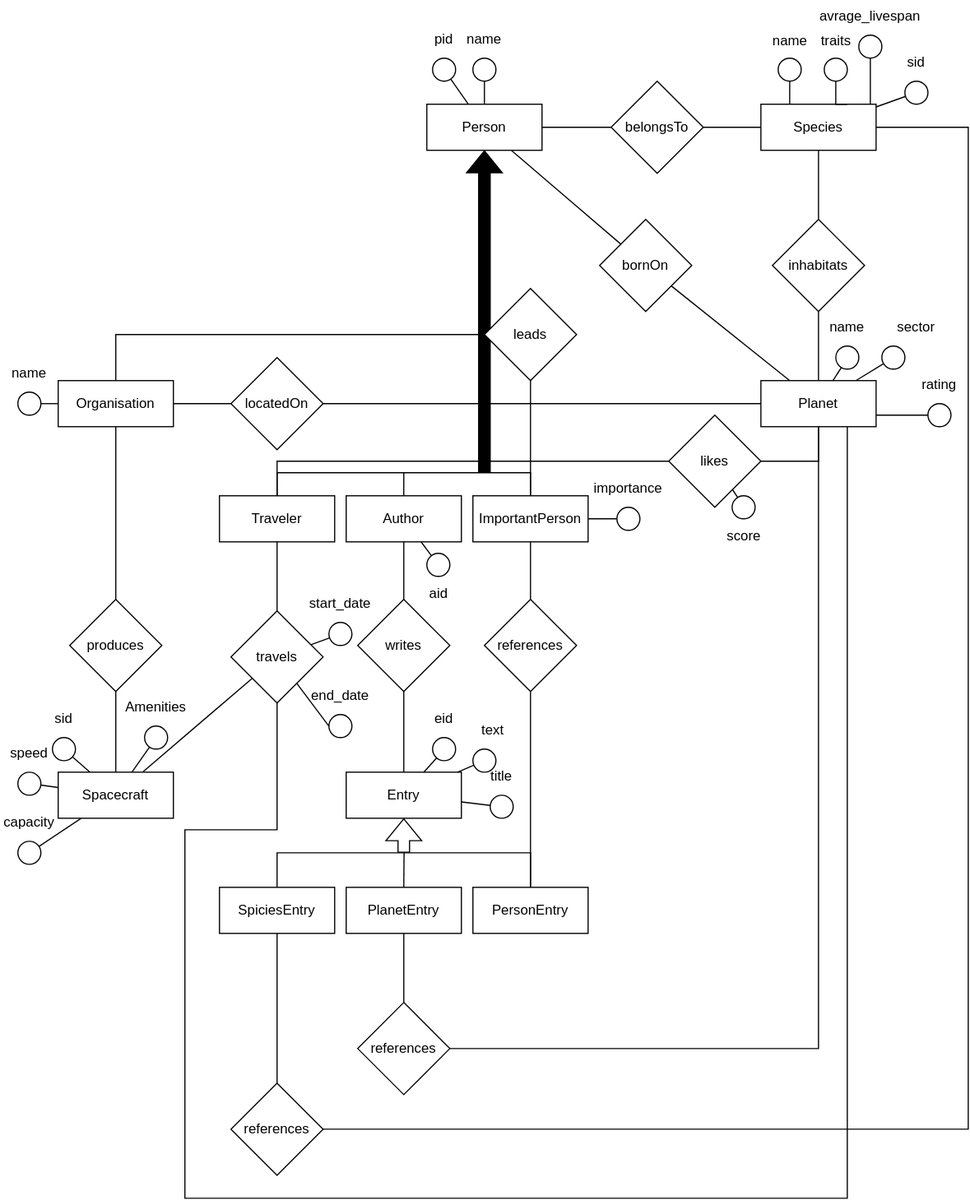
The draw.io diagram er-diagramm.svg in MassimiIiano/hhgttg-db, before a commit. Source tidied: cells renumbered, new cells last; positions are measured from the earlier drawing's top-left corner, leaving out a move shared by most shapes.
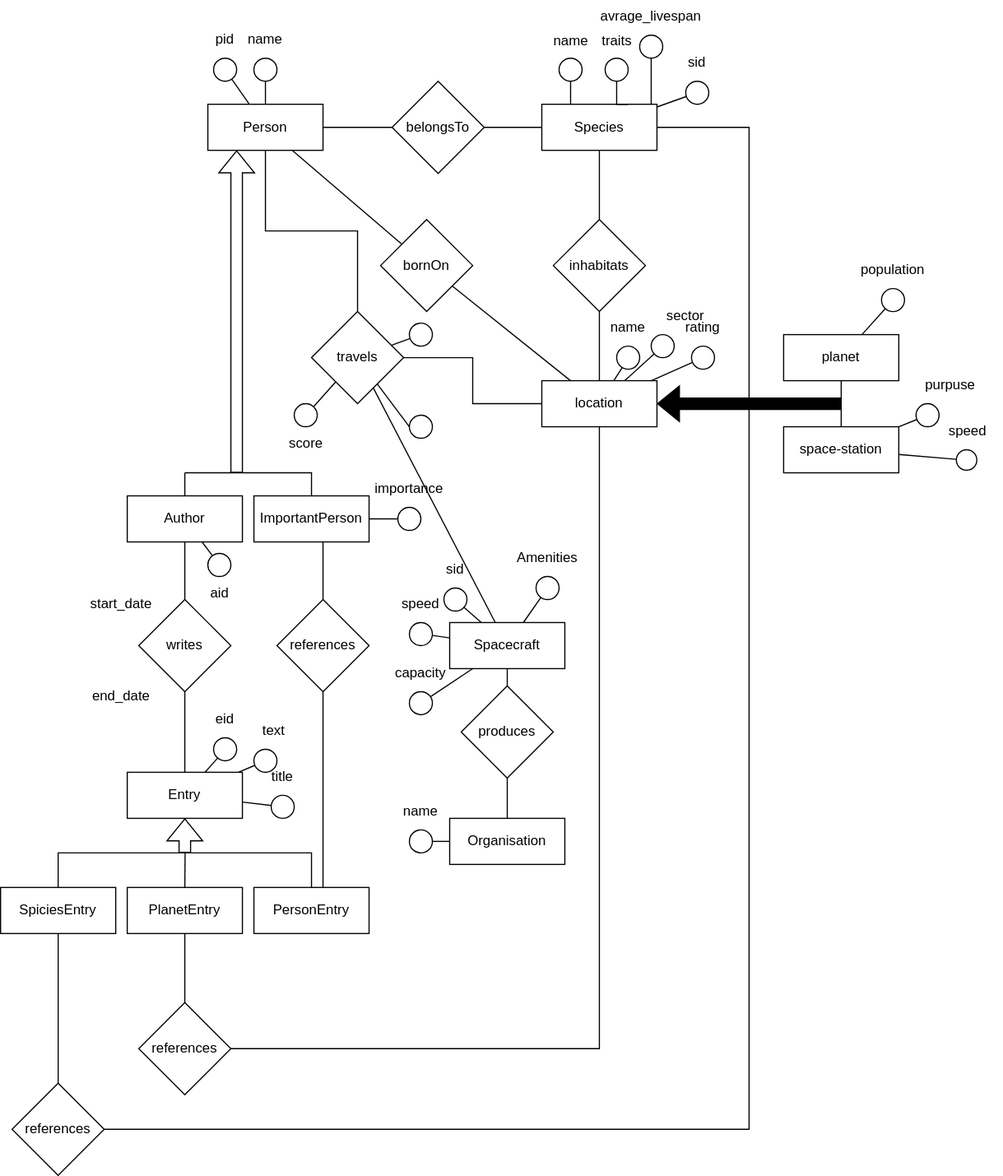
The same diagram one commit later.

Commit message:
replace diagramm with new diagramm

Change to the diagram source:
```diff
@@ -15,2 +15,5 @@
     </mxCell>
+    <mxCell id="125" style="edgeStyle=orthogonalEdgeStyle;rounded=0;jettySize=auto;html=1;entryX=0.5;entryY=0;entryDx=0;entryDy=0;endArrow=none;endFill=0;" parent="1" edge="1" source="5" target="56">
+      <mxGeometry relative="1" as="geometry" />
+    </mxCell>
     <mxCell id="5" value="Person" style="whiteSpace=wrap;html=1;align=center;rounded=0;strokeColor=default;verticalAlign=middle;fontFamily=Helvetica;fontSize=12;fontColor=default;fillColor=default;" parent="1" vertex="1">
@@ -30,13 +33,3 @@
     </mxCell>
-    <mxCell id="10" style="edgeStyle=none;rounded=0;jettySize=auto;html=1;strokeColor=default;align=center;verticalAlign=middle;fontFamily=Helvetica;fontSize=12;fontColor=default;labelBackgroundColor=default;endArrow=none;endFill=0;exitX=0.75;exitY=1;exitDx=0;exitDy=0;" parent="1" edge="1" source="11" target="56">
-      <mxGeometry relative="1" as="geometry">
-        <Array as="points">
-          <mxPoint x="735" y="1040" />
-          <mxPoint x="160" y="1040" />
-          <mxPoint x="160" y="720" />
-          <mxPoint x="240" y="720" />
-        </Array>
-      </mxGeometry>
-    </mxCell>
-    <mxCell id="11" value="&lt;div&gt;Planet&lt;/div&gt;" style="whiteSpace=wrap;html=1;align=center;rounded=0;strokeColor=default;verticalAlign=middle;fontFamily=Helvetica;fontSize=12;fontColor=default;fillColor=default;" parent="1" vertex="1">
+    <mxCell id="11" value="location" style="whiteSpace=wrap;html=1;align=center;rounded=0;strokeColor=default;verticalAlign=middle;fontFamily=Helvetica;fontSize=12;fontColor=default;fillColor=default;" parent="1" vertex="1">
       <mxGeometry x="660" y="330" width="100" height="40" as="geometry" />
@@ -105,3 +98,3 @@
     <mxCell id="30" value="sector" style="group;" parent="1" vertex="1">
-      <mxGeometry x="750" y="270" width="90" height="100" as="geometry" />
+      <mxGeometry x="740" y="260" width="90" height="100" as="geometry" />
     </mxCell>
@@ -111,3 +104,3 @@
     <mxCell id="32" value="rating" style="group;" parent="30" vertex="1">
-      <mxGeometry x="40" y="50" width="50" height="50" as="geometry" />
+      <mxGeometry x="35" y="10" width="50" height="50" as="geometry" />
     </mxCell>
@@ -119,3 +112,3 @@
     </mxCell>
-    <mxCell id="35" style="edgeStyle=none;rounded=0;jettySize=auto;html=1;entryX=1;entryY=0.75;entryDx=0;entryDy=0;strokeColor=default;align=center;verticalAlign=middle;fontFamily=Helvetica;fontSize=12;fontColor=default;labelBackgroundColor=default;endArrow=none;endFill=0;" parent="1" edge="1" source="33" target="11">
+    <mxCell id="35" style="edgeStyle=none;rounded=0;jettySize=auto;html=1;strokeColor=default;align=center;verticalAlign=middle;fontFamily=Helvetica;fontSize=12;fontColor=default;labelBackgroundColor=default;endArrow=none;endFill=0;" parent="1" edge="1" source="33" target="11">
       <mxGeometry relative="1" as="geometry" />
@@ -128,5 +121,2 @@
     </mxCell>
-    <mxCell id="38" style="edgeStyle=orthogonalEdgeStyle;rounded=0;jettySize=auto;html=1;strokeColor=default;align=center;verticalAlign=middle;fontFamily=Helvetica;fontSize=12;fontColor=default;labelBackgroundColor=default;endArrow=none;endFill=0;entryX=0.5;entryY=0;entryDx=0;entryDy=0;exitX=0.5;exitY=0;exitDx=0;exitDy=0;" parent="1" edge="1" source="40" target="43">
-      <mxGeometry relative="1" as="geometry" />
-    </mxCell>
     <mxCell id="39" style="edgeStyle=none;rounded=0;jettySize=auto;html=1;strokeColor=default;align=center;verticalAlign=middle;fontFamily=Helvetica;fontSize=12;fontColor=default;labelBackgroundColor=default;endArrow=none;endFill=0;" parent="1" edge="1" source="40" target="69">
@@ -134,2 +124,7 @@
     </mxCell>
+    <mxCell id="126" style="edgeStyle=orthogonalEdgeStyle;rounded=0;jettySize=auto;html=1;endArrow=none;endFill=0;" parent="1" edge="1" source="40">
+      <mxGeometry relative="1" as="geometry">
+        <mxPoint x="350" y="410" as="targetPoint" />
+      </mxGeometry>
+    </mxCell>
     <mxCell id="40" value="Author" style="whiteSpace=wrap;html=1;align=center;rounded=0;strokeColor=default;verticalAlign=middle;fontFamily=Helvetica;fontSize=12;fontColor=default;fillColor=default;" parent="1" vertex="1">
@@ -137,22 +132,5 @@
     </mxCell>
-    <mxCell id="41" style="edgeStyle=none;rounded=0;jettySize=auto;html=1;strokeColor=default;align=center;verticalAlign=middle;fontFamily=Helvetica;fontSize=12;fontColor=default;labelBackgroundColor=default;endArrow=none;endFill=0;" parent="1" edge="1" source="43" target="56">
-      <mxGeometry relative="1" as="geometry">
-        <Array as="points">
-          <mxPoint x="240" y="500" />
-        </Array>
-      </mxGeometry>
-    </mxCell>
-    <mxCell id="42" style="edgeStyle=none;rounded=0;jettySize=auto;html=1;strokeColor=default;align=center;verticalAlign=middle;fontFamily=Helvetica;fontSize=12;fontColor=default;labelBackgroundColor=default;endArrow=none;endFill=0;entryX=0;entryY=0.5;entryDx=0;entryDy=0;" parent="1" edge="1" source="43" target="108">
-      <mxGeometry relative="1" as="geometry">
-        <Array as="points">
-          <mxPoint x="240" y="400" />
-        </Array>
-      </mxGeometry>
-    </mxCell>
-    <mxCell id="43" value="&lt;div&gt;Traveler&lt;/div&gt;" style="whiteSpace=wrap;html=1;align=center;rounded=0;strokeColor=default;verticalAlign=middle;fontFamily=Helvetica;fontSize=12;fontColor=default;fillColor=default;" parent="1" vertex="1">
-      <mxGeometry x="190" y="430" width="100" height="40" as="geometry" />
-    </mxCell>
-    <mxCell id="44" style="edgeStyle=none;rounded=0;jettySize=auto;html=1;strokeColor=default;align=center;verticalAlign=middle;fontFamily=Helvetica;fontSize=12;fontColor=default;labelBackgroundColor=default;endArrow=none;endFill=0;exitX=0.5;exitY=1;exitDx=0;exitDy=0;shape=flexArrow;startArrow=block;fillColor=#000000;" parent="1" edge="1" source="5">
+    <mxCell id="44" style="edgeStyle=none;rounded=0;jettySize=auto;html=1;strokeColor=default;align=center;verticalAlign=middle;fontFamily=Helvetica;fontSize=12;fontColor=default;labelBackgroundColor=default;endArrow=none;endFill=0;exitX=0.25;exitY=1;exitDx=0;exitDy=0;shape=flexArrow;startArrow=block;fillColor=none;" parent="1" edge="1" source="5">
       <mxGeometry relative="1" as="geometry">
-        <mxPoint x="420" y="410" as="targetPoint" />
+        <mxPoint x="395" y="410" as="targetPoint" />
       </mxGeometry>
@@ -167,5 +145,2 @@
     </mxCell>
-    <mxCell id="46" style="edgeStyle=none;rounded=0;jettySize=auto;html=1;strokeColor=default;align=center;verticalAlign=middle;fontFamily=Helvetica;fontSize=12;fontColor=default;labelBackgroundColor=default;endArrow=none;endFill=0;" parent="1" edge="1" source="47" target="94">
-      <mxGeometry relative="1" as="geometry" />
-    </mxCell>
     <mxCell id="47" value="ImportantPerson" style="whiteSpace=wrap;html=1;align=center;rounded=0;strokeColor=default;verticalAlign=middle;fontFamily=Helvetica;fontSize=12;fontColor=default;fillColor=default;" parent="1" vertex="1">
@@ -176,5 +151,2 @@
     </mxCell>
-    <mxCell id="49" style="edgeStyle=none;rounded=0;jettySize=auto;html=1;strokeColor=default;align=center;verticalAlign=middle;fontFamily=Helvetica;fontSize=12;fontColor=default;labelBackgroundColor=default;endArrow=none;endFill=0;" parent="1" edge="1" source="51" target="84">
-      <mxGeometry relative="1" as="geometry" />
-    </mxCell>
     <mxCell id="50" style="edgeStyle=none;rounded=0;jettySize=auto;html=1;strokeColor=default;align=center;verticalAlign=middle;fontFamily=Helvetica;fontSize=12;fontColor=default;labelBackgroundColor=default;endArrow=none;endFill=0;" parent="1" edge="1" source="51" target="74">
@@ -183,3 +155,3 @@
     <mxCell id="51" value="Organisation" style="whiteSpace=wrap;html=1;align=center;rounded=0;strokeColor=default;verticalAlign=middle;fontFamily=Helvetica;fontSize=12;fontColor=default;fillColor=default;" parent="1" vertex="1">
-      <mxGeometry x="50" y="330" width="100" height="40" as="geometry" />
+      <mxGeometry x="580" y="710" width="100" height="40" as="geometry" />
     </mxCell>
@@ -189,3 +161,3 @@
     <mxCell id="53" value="produces" style="rhombus;whiteSpace=wrap;html=1;rounded=0;" parent="1" vertex="1">
-      <mxGeometry x="60" y="520" width="80" height="80" as="geometry" />
+      <mxGeometry x="590" y="595" width="80" height="80" as="geometry" />
     </mxCell>
@@ -195,6 +167,9 @@
     <mxCell id="55" value="Spacecraft" style="whiteSpace=wrap;html=1;align=center;rounded=0;strokeColor=default;verticalAlign=middle;fontFamily=Helvetica;fontSize=12;fontColor=default;fillColor=default;" parent="1" vertex="1">
-      <mxGeometry x="50" y="670" width="100" height="40" as="geometry" />
+      <mxGeometry x="580" y="540" width="100" height="40" as="geometry" />
     </mxCell>
+    <mxCell id="127" style="edgeStyle=orthogonalEdgeStyle;rounded=0;jettySize=auto;html=1;endArrow=none;endFill=0;" parent="1" edge="1" source="56" target="11">
+      <mxGeometry relative="1" as="geometry" />
+    </mxCell>
     <mxCell id="56" value="travels" style="rhombus;whiteSpace=wrap;html=1;rounded=0;" parent="1" vertex="1">
-      <mxGeometry x="200" y="530" width="80" height="80" as="geometry" />
+      <mxGeometry x="460" y="270" width="80" height="80" as="geometry" />
     </mxCell>
@@ -204,3 +179,3 @@
     <mxCell id="58" style="ellipse;whiteSpace=wrap;html=1;rounded=0;strokeColor=default;align=center;verticalAlign=middle;fontFamily=Helvetica;fontSize=12;fontColor=default;labelBackgroundColor=default;fillColor=default;" parent="57" vertex="1">
-      <mxGeometry x="15" y="30" width="20" height="20" as="geometry" />
+      <mxGeometry x="275" y="-230" width="20" height="20" as="geometry" />
     </mxCell>
@@ -210,3 +185,3 @@
     <mxCell id="60" style="ellipse;whiteSpace=wrap;html=1;rounded=0;strokeColor=default;align=center;verticalAlign=middle;fontFamily=Helvetica;fontSize=12;fontColor=default;labelBackgroundColor=default;fillColor=default;" parent="59" vertex="1">
-      <mxGeometry x="15" y="30" width="20" height="20" as="geometry" />
+      <mxGeometry x="275" y="-230" width="20" height="20" as="geometry" />
     </mxCell>
@@ -239,3 +214,3 @@
     </mxCell>
-    <mxCell id="70" style="edgeStyle=none;rounded=0;jettySize=auto;html=1;strokeColor=default;align=center;verticalAlign=middle;fontFamily=Helvetica;fontSize=12;fontColor=default;labelBackgroundColor=default;endArrow=none;endFill=0;shape=flexArrow;startArrow=block;" parent="1" edge="1" source="71">
+    <mxCell id="70" style="edgeStyle=none;rounded=0;jettySize=auto;html=1;strokeColor=default;align=center;verticalAlign=middle;fontFamily=Helvetica;fontSize=12;fontColor=default;labelBackgroundColor=default;endArrow=none;endFill=0;shape=flexArrow;startArrow=block;fillColor=none;" parent="1" edge="1" source="71">
       <mxGeometry relative="1" as="geometry">
@@ -251,3 +226,3 @@
     <mxCell id="73" value="name" style="group;" parent="1" vertex="1">
-      <mxGeometry y="310" width="50" height="50" as="geometry" />
+      <mxGeometry x="530" y="690" width="50" height="50" as="geometry" />
     </mxCell>
@@ -273,4 +248,6 @@
     </mxCell>
-    <mxCell id="80" style="edgeStyle=none;rounded=0;jettySize=auto;html=1;strokeColor=default;align=center;verticalAlign=middle;fontFamily=Helvetica;fontSize=12;fontColor=default;labelBackgroundColor=default;endArrow=none;endFill=0;" parent="1" edge="1" source="81" target="99">
-      <mxGeometry relative="1" as="geometry" />
+    <mxCell id="80" style="edgeStyle=none;rounded=0;jettySize=auto;html=1;strokeColor=default;align=center;verticalAlign=middle;fontFamily=Helvetica;fontSize=12;fontColor=default;labelBackgroundColor=default;endArrow=none;endFill=0;" parent="1" edge="1" target="99">
+      <mxGeometry relative="1" as="geometry">
+        <mxPoint x="470" y="770" as="sourcePoint" />
+      </mxGeometry>
     </mxCell>
@@ -287,8 +264,2 @@
     </mxCell>
-    <mxCell id="83" style="edgeStyle=none;rounded=0;jettySize=auto;html=1;strokeColor=default;align=center;verticalAlign=middle;fontFamily=Helvetica;fontSize=12;fontColor=default;labelBackgroundColor=default;endArrow=none;endFill=0;" parent="1" edge="1" source="84" target="11">
-      <mxGeometry relative="1" as="geometry" />
-    </mxCell>
-    <mxCell id="84" value="locatedOn" style="rhombus;whiteSpace=wrap;html=1;rounded=0;" parent="1" vertex="1">
-      <mxGeometry x="200" y="310" width="80" height="80" as="geometry" />
-    </mxCell>
     <mxCell id="85" value="eid" style="group;" parent="1" vertex="1">
@@ -317,12 +288,2 @@
     </mxCell>
-    <mxCell id="93" style="edgeStyle=none;rounded=0;jettySize=auto;html=1;entryX=0.5;entryY=0;entryDx=0;entryDy=0;strokeColor=default;align=center;verticalAlign=middle;fontFamily=Helvetica;fontSize=12;fontColor=default;labelBackgroundColor=default;endArrow=none;endFill=0;" parent="1" edge="1" source="94" target="51">
-      <mxGeometry relative="1" as="geometry">
-        <Array as="points">
-          <mxPoint x="100" y="290" />
-        </Array>
-      </mxGeometry>
-    </mxCell>
-    <mxCell id="94" value="leads" style="rhombus;whiteSpace=wrap;html=1;rounded=0;" parent="1" vertex="1">
-      <mxGeometry x="420" y="250" width="80" height="80" as="geometry" />
-    </mxCell>
     <mxCell id="95" value="importance" style="group;" parent="1" vertex="1">
@@ -336,7 +297,9 @@
     </mxCell>
-    <mxCell id="98" style="edgeStyle=none;rounded=0;jettySize=auto;html=1;strokeColor=default;align=center;verticalAlign=middle;fontFamily=Helvetica;fontSize=12;fontColor=default;labelBackgroundColor=default;endArrow=none;endFill=0;" parent="1" edge="1" source="99" target="47">
-      <mxGeometry relative="1" as="geometry" />
+    <mxCell id="98" style="edgeStyle=none;rounded=0;jettySize=auto;html=1;strokeColor=default;align=center;verticalAlign=middle;fontFamily=Helvetica;fontSize=12;fontColor=default;labelBackgroundColor=default;endArrow=none;endFill=0;" parent="1" edge="1" source="99">
+      <mxGeometry relative="1" as="geometry">
+        <mxPoint x="470" y="470" as="targetPoint" />
+      </mxGeometry>
     </mxCell>
     <mxCell id="99" value="references" style="rhombus;whiteSpace=wrap;html=1;rounded=0;" parent="1" vertex="1">
-      <mxGeometry x="420" y="520" width="80" height="80" as="geometry" />
+      <mxGeometry x="430" y="520" width="80" height="80" as="geometry" />
     </mxCell>
@@ -372,13 +335,3 @@
     </mxCell>
-    <mxCell id="107" style="edgeStyle=none;rounded=0;jettySize=auto;html=1;strokeColor=default;align=center;verticalAlign=middle;fontFamily=Helvetica;fontSize=12;fontColor=default;labelBackgroundColor=default;endArrow=none;endFill=0;" parent="1" edge="1" source="108" target="11">
-      <mxGeometry relative="1" as="geometry">
-        <Array as="points">
-          <mxPoint x="710" y="400" />
-        </Array>
-      </mxGeometry>
-    </mxCell>
-    <mxCell id="108" value="likes" style="rhombus;whiteSpace=wrap;html=1;rounded=0;" parent="1" vertex="1">
-      <mxGeometry x="580" y="360" width="80" height="80" as="geometry" />
-    </mxCell>
-    <mxCell id="109" style="edgeStyle=none;rounded=0;jettySize=auto;html=1;strokeColor=default;align=center;verticalAlign=middle;fontFamily=Helvetica;fontSize=12;fontColor=default;labelBackgroundColor=default;endArrow=none;endFill=0;" parent="1" edge="1" source="110" target="108">
+    <mxCell id="109" style="edgeStyle=none;rounded=0;jettySize=auto;html=1;strokeColor=default;align=center;verticalAlign=middle;fontFamily=Helvetica;fontSize=12;fontColor=default;labelBackgroundColor=default;endArrow=none;endFill=0;" parent="1" edge="1" source="110" target="56">
       <mxGeometry relative="1" as="geometry" />
@@ -386,9 +339,9 @@
     <mxCell id="110" style="ellipse;whiteSpace=wrap;html=1;rounded=0;strokeColor=default;align=center;verticalAlign=middle;fontFamily=Helvetica;fontSize=12;fontColor=default;labelBackgroundColor=default;fillColor=default;" parent="1" vertex="1">
-      <mxGeometry x="635" y="430" width="20" height="20" as="geometry" />
+      <mxGeometry x="445" y="350" width="20" height="20" as="geometry" />
     </mxCell>
     <mxCell id="111" value="score" style="text;html=1;align=center;verticalAlign=middle;strokeColor=none;fillColor=none;fontFamily=Helvetica;fontSize=12;fontColor=default;labelBackgroundColor=default;" parent="1" vertex="1">
-      <mxGeometry x="620" y="450" width="50" height="30" as="geometry" />
+      <mxGeometry x="430" y="370" width="50" height="30" as="geometry" />
     </mxCell>
     <mxCell id="112" value="sid" style="group;" parent="1" vertex="1">
-      <mxGeometry x="30" y="610" width="50" height="50" as="geometry" />
+      <mxGeometry x="560" y="480" width="50" height="50" as="geometry" />
     </mxCell>
@@ -401,3 +354,3 @@
     <mxCell id="115" value="speed" style="group;" parent="1" vertex="1">
-      <mxGeometry y="640" width="50" height="50" as="geometry" />
+      <mxGeometry x="530" y="510" width="50" height="50" as="geometry" />
     </mxCell>
@@ -410,3 +363,3 @@
     <mxCell id="118" value="capacity" style="group;" parent="1" vertex="1">
-      <mxGeometry y="700" width="50" height="50" as="geometry" />
+      <mxGeometry x="530" y="570" width="50" height="50" as="geometry" />
     </mxCell>
@@ -419,3 +372,3 @@
     <mxCell id="121" value="Amenities" style="group;" parent="1" vertex="1">
-      <mxGeometry x="110" y="600" width="50" height="50" as="geometry" />
+      <mxGeometry x="640" y="470" width="50" height="50" as="geometry" />
     </mxCell>
@@ -430,2 +383,43 @@
     </mxCell>
+    <mxCell id="128" style="edgeStyle=orthogonalEdgeStyle;rounded=0;jettySize=auto;html=1;endArrow=none;endFill=0;" parent="1" edge="1" source="129" target="130">
+      <mxGeometry relative="1" as="geometry" />
+    </mxCell>
+    <mxCell id="129" value="planet" style="whiteSpace=wrap;html=1;align=center;rounded=0;strokeColor=default;verticalAlign=middle;fontFamily=Helvetica;fontSize=12;fontColor=default;fillColor=default;" parent="1" vertex="1">
+      <mxGeometry x="870" y="290" width="100" height="40" as="geometry" />
+    </mxCell>
+    <mxCell id="130" value="space-station" style="whiteSpace=wrap;html=1;align=center;rounded=0;strokeColor=default;verticalAlign=middle;fontFamily=Helvetica;fontSize=12;fontColor=default;fillColor=default;" parent="1" vertex="1">
+      <mxGeometry x="870" y="370" width="100" height="40" as="geometry" />
+    </mxCell>
+    <mxCell id="131" style="shape=flexArrow;endArrow=classic;html=1;rounded=0;fillColor=#000000;" parent="1" edge="1" target="11">
+      <mxGeometry relative="1" as="geometry">
+        <mxPoint x="920" y="350" as="sourcePoint" />
+      </mxGeometry>
+    </mxCell>
+    <mxCell id="132" value="purpuse" style="group;" parent="1" vertex="1">
+      <mxGeometry x="970" y="320" width="90" height="100" as="geometry" />
+    </mxCell>
+    <mxCell id="133" style="ellipse;whiteSpace=wrap;html=1;rounded=0;strokeColor=default;align=center;verticalAlign=middle;fontFamily=Helvetica;fontSize=12;fontColor=default;labelBackgroundColor=default;fillColor=default;" parent="132" vertex="1">
+      <mxGeometry x="15" y="30" width="20" height="20" as="geometry" />
+    </mxCell>
+    <mxCell id="134" value="speed" style="group;" parent="132" vertex="1">
+      <mxGeometry x="35" y="40" width="50" height="50" as="geometry" />
+    </mxCell>
+    <mxCell id="135" style="ellipse;whiteSpace=wrap;html=1;rounded=0;strokeColor=default;align=center;verticalAlign=middle;fontFamily=Helvetica;fontSize=12;fontColor=default;labelBackgroundColor=default;fillColor=default;" parent="134" vertex="1">
+      <mxGeometry x="15" y="30" width="17.8" height="17.8" as="geometry" />
+    </mxCell>
+    <mxCell id="136" style="rounded=0;jettySize=auto;html=1;endArrow=none;endFill=0;" parent="1" edge="1" source="135" target="130">
+      <mxGeometry relative="1" as="geometry" />
+    </mxCell>
+    <mxCell id="137" style="rounded=0;jettySize=auto;html=1;endArrow=none;endFill=0;" parent="1" edge="1" source="133" target="130">
+      <mxGeometry relative="1" as="geometry" />
+    </mxCell>
+    <mxCell id="138" value="population" style="group;" parent="1" vertex="1">
+      <mxGeometry x="940" y="220" width="50" height="50" as="geometry" />
+    </mxCell>
+    <mxCell id="139" style="ellipse;whiteSpace=wrap;html=1;rounded=0;strokeColor=default;align=center;verticalAlign=middle;fontFamily=Helvetica;fontSize=12;fontColor=default;labelBackgroundColor=default;fillColor=default;" parent="138" vertex="1">
+      <mxGeometry x="15" y="30" width="20" height="20" as="geometry" />
+    </mxCell>
+    <mxCell id="140" style="rounded=0;jettySize=auto;html=1;endArrow=none;endFill=0;" parent="1" edge="1" source="139" target="129">
+      <mxGeometry relative="1" as="geometry" />
+    </mxCell>
   </root>
```
